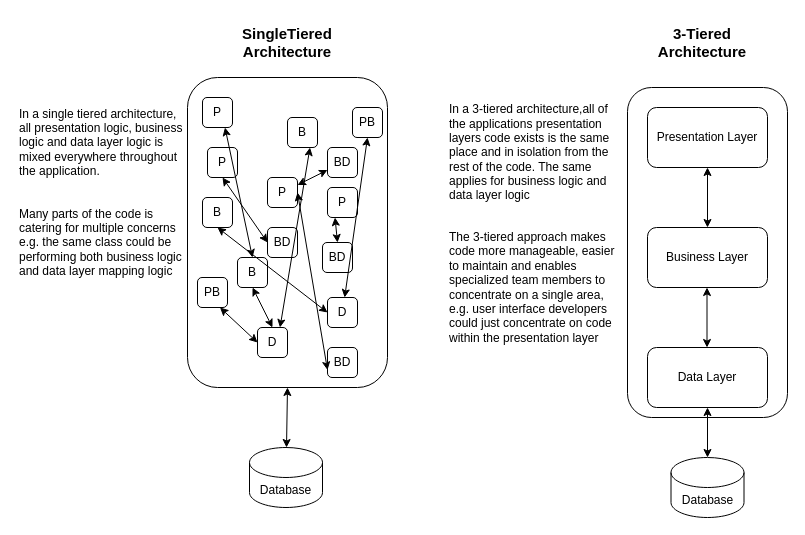
Above: Untitled Diagram.drawio in kerrystack/msc-project (draw.io), before the change. Source tidied: cells renumbered, new cells numbered last; positions are measured from the earlier drawing's top-left corner, leaving out a move shared by most shapes. Both pictures are drawn from the tidied source at 100%, with x=0, y=0 at pixel (17, 17).
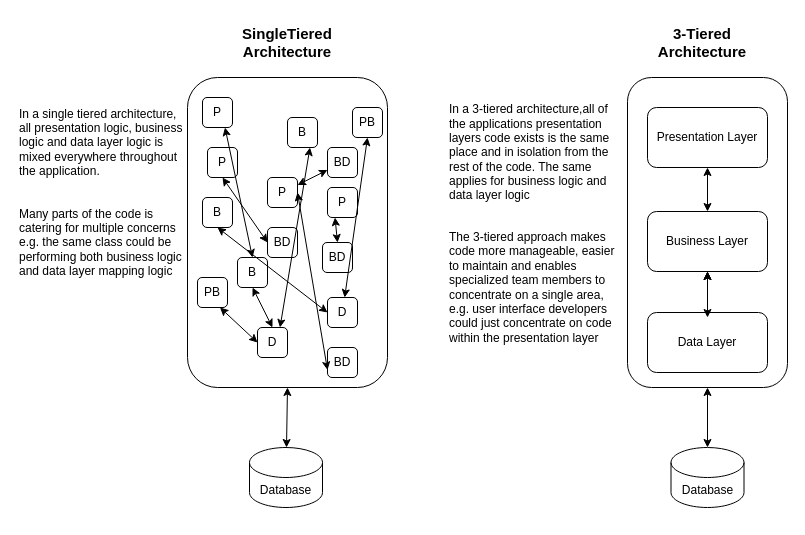
Above is the later version.

Diff of the diagram source:
```diff
@@
     <mxCell id="3" value="Business Layer" style="rounded=1;whiteSpace=wrap;html=1;" parent="1" vertex="1">
-      <mxGeometry x="630" y="210" width="120" height="60" as="geometry" />
+      <mxGeometry x="630" y="194" width="120" height="60" as="geometry" />
     </mxCell>
+    <mxCell id="44" style="edgeStyle=orthogonalEdgeStyle;rounded=0;jettySize=auto;html=1;" parent="1" edge="1" source="4" target="3">
+      <mxGeometry relative="1" as="geometry" />
+    </mxCell>
+    <mxCell id="45" style="edgeStyle=orthogonalEdgeStyle;rounded=0;jettySize=auto;html=1;" parent="1" edge="1" source="4" target="3">
+      <mxGeometry relative="1" as="geometry" />
+    </mxCell>
     <mxCell id="4" value="Data Layer" style="rounded=1;whiteSpace=wrap;html=1;" parent="1" vertex="1">
-      <mxGeometry x="630" y="330" width="120" height="60" as="geometry" />
+      <mxGeometry x="630" y="295" width="120" height="60" as="geometry" />
     </mxCell>
@@
-    <mxCell id="6" style="endArrow=classic;startArrow=classic;html=1;rounded=0;exitX=0.5;exitY=0;exitDx=0;exitDy=0;" parent="1" edge="1">
+    <mxCell id="6" style="endArrow=classic;startArrow=classic;html=1;rounded=0;entryX=0.5;entryY=1;entryDx=0;entryDy=0;" parent="1" edge="1" target="3">
       <mxGeometry relative="1" as="geometry">
-        <mxPoint x="689.5" y="330" as="sourcePoint" />
-        <mxPoint x="689.5" y="270" as="targetPoint" />
+        <mxPoint x="690" y="300" as="sourcePoint" />
       </mxGeometry>
     </mxCell>
     <mxCell id="7" value="Database" style="shape=cylinder3;whiteSpace=wrap;html=1;boundedLbl=1;backgroundOutline=1;size=15;" parent="1" vertex="1">
-      <mxGeometry x="653.5" y="440" width="73" height="60" as="geometry" />
+      <mxGeometry x="653.5" y="430" width="73" height="60" as="geometry" />
     </mxCell>
     <mxCell id="8" style="rounded=1;whiteSpace=wrap;html=1;fillColor=none;" parent="1" vertex="1">
-      <mxGeometry x="610" y="70" width="160" height="330" as="geometry" />
+      <mxGeometry x="610" y="60" width="160" height="310" as="geometry" />
     </mxCell>
@@
-    <mxCell id="12" style="endArrow=classic;startArrow=classic;html=1;rounded=0;exitX=0.5;exitY=0;exitDx=0;exitDy=0;exitPerimeter=0;" parent="1" edge="1" source="7">
-      <mxGeometry relative="1" as="geometry">
-        <mxPoint x="690" y="390" as="targetPoint" />
-      </mxGeometry>
+    <mxCell id="12" style="endArrow=classic;startArrow=classic;html=1;rounded=0;exitX=0.5;exitY=0;exitDx=0;exitDy=0;exitPerimeter=0;entryX=0.5;entryY=1;entryDx=0;entryDy=0;" parent="1" edge="1" source="7" target="8">
+      <mxGeometry relative="1" as="geometry" />
     </mxCell>
```
